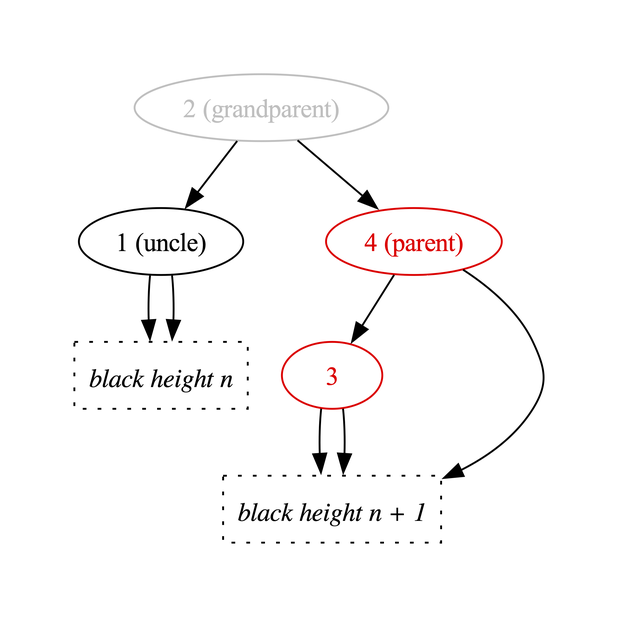
Before: Fw/DataStructures/docs/diagrams/insertNode/black-uncle-1.png, a diagram exported from Graphviz (nasa/fprime). Its source is kept beside it as Fw/DataStructures/docs/diagrams/insertNode/black-uncle-1.dot.
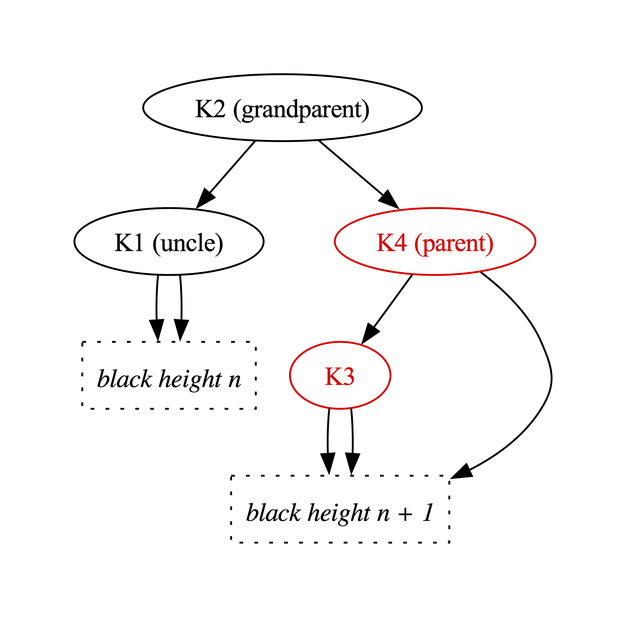
Above is the later version.

Diff of the diagram source:
```diff
@@ -1,24 +1,25 @@
 digraph {
 
-  2 -> 1
-  2 -> 4
-  4 -> 3
-  4 -> X [color="white"]
+  K2 -> K1
+  K2 -> K4
+  K4 -> K3
+  K4 -> X [color="invis"]
 
-  1 -> BHn
-  1 -> BHn
+  K1 -> BHn
+  K1 -> BHn
 
-  4 -> BHnPlus1
-  3 -> BHnPlus1
-  3 -> BHnPlus1
+  K4 -> BHnPlus1
+  K3 -> BHnPlus1
+  K3 -> BHnPlus1
 
-  1 [label="1 (uncle)"]
-  2 [label="2 (grandparent)",color="gray",fontcolor="gray"]
-  4 [label="4 (parent)",color="red",fontcolor="red"]
-  3 [color="red",fontcolor="red"]
+  K1 [label="K1 (uncle)"]
+  K2 [label="K2 (grandparent)"]
+  K4 [label="K4 (parent)",color="red",fontcolor="red"]
+  K3 [color="red",fontcolor="red"]
 
-  X [color="white",fontcolor="white"]
+  X [color="invis",fontcolor="invis"]
 
   BHn [shape="box",label="black height n",style="dotted",fontname="Italic"]
   BHnPlus1 [shape="box",label="black height n + 1",style="dotted",fontname="Italic"]
+
 }
```
